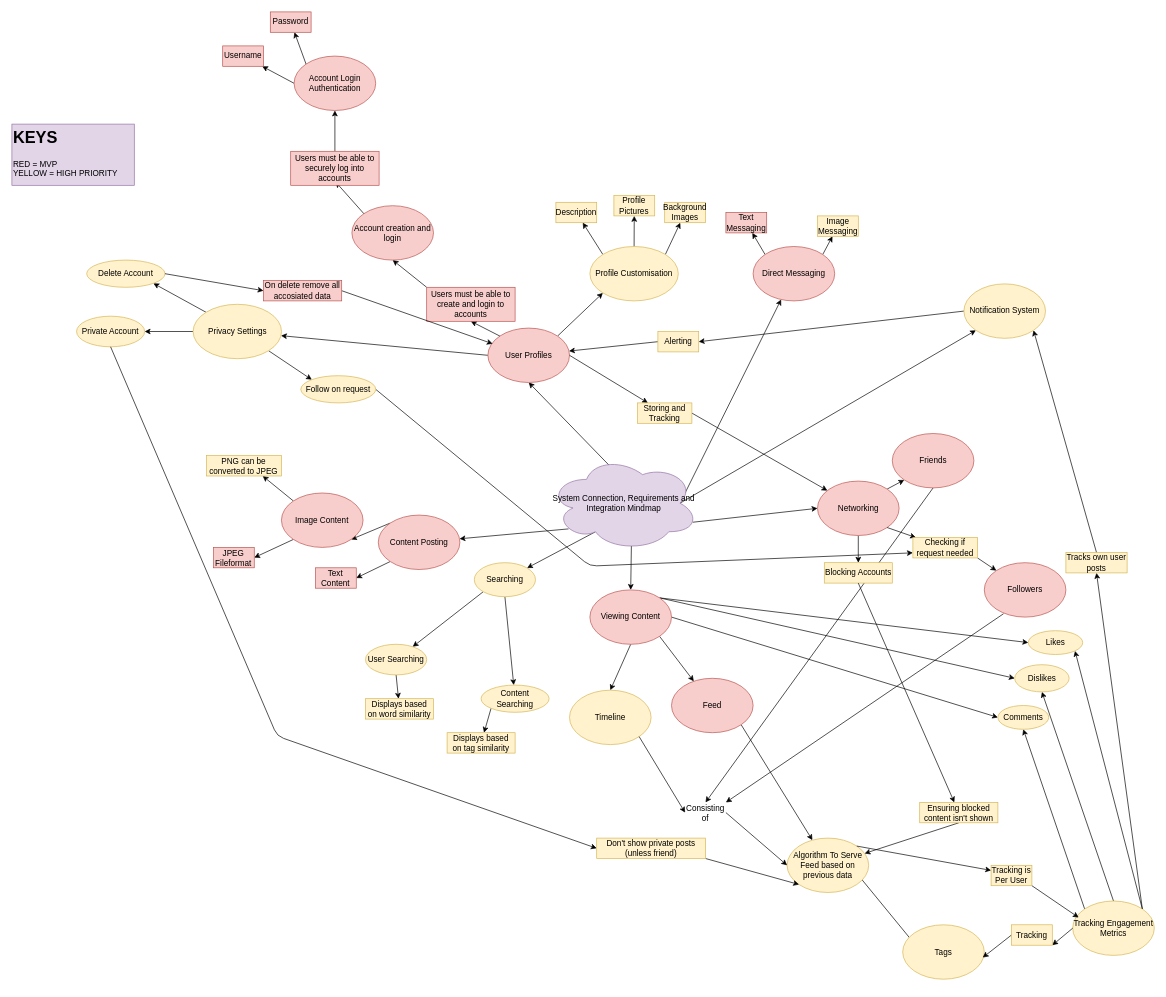
This is Project_Documents/Software_Design/Design_Diagrams/mindmap.drawio from CharlieDAllen/Website-Project, a draw.io file, before an edit. Source tidied: cells renumbered, new cells numbered last; positions are measured from the earlier drawing's top-left corner, leaving out a move shared by most shapes. Both pictures are drawn from the tidied source at 68%, with x=0, y=0 at pixel (12, 12).
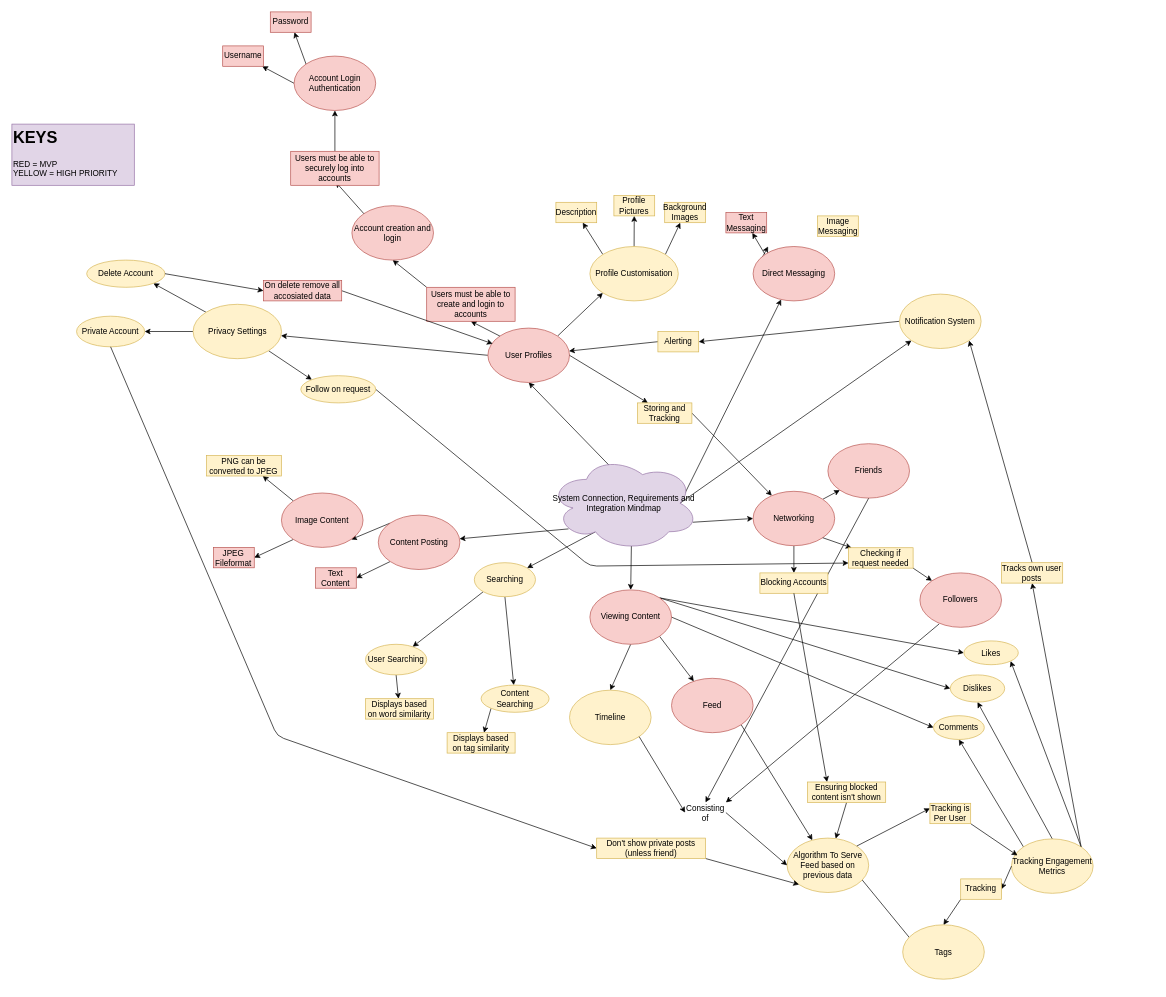
Above is the later version.

Commit message (it also covers changes not shown here):
extracted SVG from mindmap

Unchanged cells that the change refers to:
```xml
<mxCell id="22" value="Direct Messaging" style="ellipse;whiteSpace=wrap;html=1;fillColor=#f8cecc;strokeColor=#b85450;" parent="1" vertex="1">
  <mxGeometry x="1090" y="345" width="120" height="80" as="geometry" />
</mxCell>
<mxCell id="49" value="Tags" style="ellipse;whiteSpace=wrap;html=1;fillColor=#fff2cc;strokeColor=#d6b656;" parent="1" vertex="1">
  <mxGeometry x="1310" y="1342.5" width="120" height="80" as="geometry" />
</mxCell>
<mxCell id="51" value="Image Messaging" style="text;html=1;align=center;verticalAlign=middle;whiteSpace=wrap;rounded=0;fillColor=#fff2cc;strokeColor=#d6b656;" parent="1" vertex="1">
  <mxGeometry x="1184.7" y="300" width="60" height="30" as="geometry" />
</mxCell>
```

Change to the diagram source:
```diff
@@
-    <mxCell id="21" style="edgeStyle=none;html=1;exitX=1;exitY=0;exitDx=0;exitDy=0;" parent="1" edge="1" source="22" target="51">
-      <mxGeometry relative="1" as="geometry" />
+    <mxCell id="21" style="edgeStyle=none;html=1;exitX=1;exitY=0;exitDx=0;exitDy=0;" parent="1" edge="1">
+      <mxGeometry relative="1" as="geometry">
+        <mxPoint x="1097.8" y="371.7" as="sourcePoint" />
+        <mxPoint x="1112" y="345" as="targetPoint" />
+      </mxGeometry>
     </mxCell>
@@
     <mxCell id="64" value="Tracking Engagement Metrics" style="ellipse;whiteSpace=wrap;html=1;fillColor=#fff2cc;strokeColor=#d6b656;" parent="1" vertex="1">
-      <mxGeometry x="1560" y="1307.5" width="120" height="80" as="geometry" />
+      <mxGeometry x="1470" y="1216.2" width="120" height="80" as="geometry" />
     </mxCell>
@@
     <mxCell id="67" value="Tracking is Per User" style="text;html=1;align=center;verticalAlign=middle;whiteSpace=wrap;rounded=0;fillColor=#fff2cc;strokeColor=#d6b656;" parent="1" vertex="1">
-      <mxGeometry x="1440" y="1255" width="60" height="30" as="geometry" />
+      <mxGeometry x="1350" y="1163.8" width="60" height="30" as="geometry" />
     </mxCell>
-    <mxCell id="68" style="edgeStyle=none;html=1;exitX=0;exitY=0.5;exitDx=0;exitDy=0;entryX=0.981;entryY=0.602;entryDx=0;entryDy=0;entryPerimeter=0;" parent="1" edge="1" source="70" target="49">
+    <mxCell id="68" style="edgeStyle=none;html=1;exitX=0;exitY=1;exitDx=0;exitDy=0;entryX=0.5;entryY=0;entryDx=0;entryDy=0;" parent="1" edge="1" source="70" target="49">
       <mxGeometry relative="1" as="geometry" />
     </mxCell>
-    <mxCell id="69" style="edgeStyle=none;html=1;exitX=0;exitY=0.5;exitDx=0;exitDy=0;entryX=1;entryY=1;entryDx=0;entryDy=0;" parent="1" edge="1" source="64" target="70">
+    <mxCell id="69" style="edgeStyle=none;html=1;exitX=0;exitY=0.5;exitDx=0;exitDy=0;entryX=1;entryY=0.5;entryDx=0;entryDy=0;" parent="1" edge="1" source="64" target="70">
       <mxGeometry relative="1" as="geometry" />
     </mxCell>
     <mxCell id="70" value="Tracking" style="text;html=1;align=center;verticalAlign=middle;whiteSpace=wrap;rounded=0;fillColor=#fff2cc;strokeColor=#d6b656;" parent="1" vertex="1">
-      <mxGeometry x="1470" y="1342.5" width="60" height="30" as="geometry" />
+      <mxGeometry x="1395.3" y="1275" width="60" height="30" as="geometry" />
     </mxCell>
@@
     <mxCell id="74" value="Networking" style="ellipse;whiteSpace=wrap;html=1;fillColor=#f8cecc;strokeColor=#b85450;" parent="1" vertex="1">
-      <mxGeometry x="1184.7" y="690" width="120" height="80" as="geometry" />
+      <mxGeometry x="1090" y="705" width="120" height="80" as="geometry" />
     </mxCell>
@@
     <mxCell id="76" value="Friends" style="ellipse;whiteSpace=wrap;html=1;fillColor=#f8cecc;strokeColor=#b85450;" parent="1" vertex="1">
-      <mxGeometry x="1294.7" y="620" width="120" height="80" as="geometry" />
+      <mxGeometry x="1200" y="635" width="120" height="80" as="geometry" />
     </mxCell>
@@
     <mxCell id="78" value="Followers" style="ellipse;whiteSpace=wrap;html=1;fillColor=#f8cecc;strokeColor=#b85450;" parent="1" vertex="1">
-      <mxGeometry x="1430" y="810" width="120" height="80" as="geometry" />
+      <mxGeometry x="1335.3" y="825" width="120" height="80" as="geometry" />
     </mxCell>
@@
     <mxCell id="82" value="Blocking Accounts" style="text;html=1;align=center;verticalAlign=middle;whiteSpace=wrap;rounded=0;fillColor=#fff2cc;strokeColor=#d6b656;" parent="1" vertex="1">
-      <mxGeometry x="1194.7" y="810" width="100" height="30" as="geometry" />
+      <mxGeometry x="1100" y="825" width="100" height="30" as="geometry" />
     </mxCell>
-    <mxCell id="83" style="edgeStyle=none;html=1;exitX=0.5;exitY=1;exitDx=0;exitDy=0;" parent="1" edge="1" source="82" target="84">
+    <mxCell id="83" style="edgeStyle=none;html=1;exitX=0.5;exitY=1;exitDx=0;exitDy=0;entryX=0.25;entryY=0;entryDx=0;entryDy=0;" parent="1" edge="1" source="82" target="84">
       <mxGeometry relative="1" as="geometry" />
     </mxCell>
     <mxCell id="84" value="Ensuring blocked content isn't shown" style="text;html=1;align=center;verticalAlign=middle;whiteSpace=wrap;rounded=0;fillColor=#fff2cc;strokeColor=#d6b656;" parent="1" vertex="1">
-      <mxGeometry x="1335" y="1162.5" width="115" height="30" as="geometry" />
+      <mxGeometry x="1170" y="1132.5" width="115" height="30" as="geometry" />
     </mxCell>
     <mxCell id="85" value="Likes" style="ellipse;whiteSpace=wrap;html=1;fillColor=#fff2cc;strokeColor=#d6b656;" parent="1" vertex="1">
-      <mxGeometry x="1494.7" y="910" width="80" height="35" as="geometry" />
+      <mxGeometry x="1400" y="925" width="80" height="35" as="geometry" />
     </mxCell>
     <mxCell id="86" value="Dislikes" style="ellipse;whiteSpace=wrap;html=1;fillColor=#fff2cc;strokeColor=#d6b656;" parent="1" vertex="1">
-      <mxGeometry x="1474.7" y="960" width="80" height="40" as="geometry" />
+      <mxGeometry x="1380" y="975" width="80" height="40" as="geometry" />
     </mxCell>
     <mxCell id="87" value="Comments" style="ellipse;whiteSpace=wrap;html=1;fillColor=#fff2cc;strokeColor=#d6b656;" parent="1" vertex="1">
-      <mxGeometry x="1450" y="1020" width="74.7" height="35" as="geometry" />
+      <mxGeometry x="1355.3" y="1035" width="74.7" height="35" as="geometry" />
     </mxCell>
@@
     <mxCell id="98" value="Notification System" style="ellipse;whiteSpace=wrap;html=1;fillColor=#fff2cc;strokeColor=#d6b656;" parent="1" vertex="1">
-      <mxGeometry x="1400" y="400" width="120" height="80" as="geometry" />
+      <mxGeometry x="1305.3" y="415" width="120" height="80" as="geometry" />
     </mxCell>
@@
     <mxCell id="102" value="Tracks own user posts" style="text;html=1;align=center;verticalAlign=middle;whiteSpace=wrap;rounded=0;fillColor=#fff2cc;strokeColor=#d6b656;" parent="1" vertex="1">
-      <mxGeometry x="1550" y="795" width="90" height="30" as="geometry" />
+      <mxGeometry x="1455.3" y="810" width="90" height="30" as="geometry" />
     </mxCell>
@@
     <mxCell id="118" value="Checking if request needed" style="text;html=1;align=center;verticalAlign=middle;whiteSpace=wrap;rounded=0;fillColor=#fff2cc;strokeColor=#d6b656;" parent="1" vertex="1">
-      <mxGeometry x="1325" y="773" width="95" height="30" as="geometry" />
+      <mxGeometry x="1230.3" y="788" width="95" height="30" as="geometry" />
     </mxCell>
```
